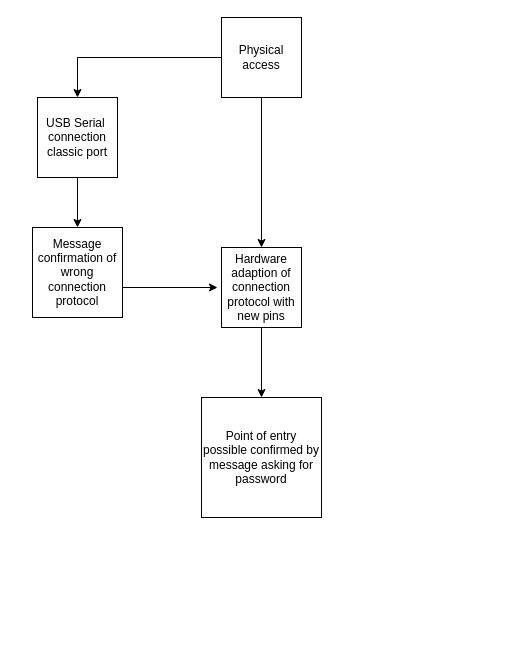
Earlier version of the draw.io diagram Attack tree.drawio (BNoteris/Arduino_hardware_hacking). Source tidied: cells renumbered, new cells numbered last; positions are measured from the earlier drawing's top-left corner, leaving out a move shared by most shapes. Both pictures are drawn from the tidied source at 100%, with x=0, y=0 at pixel (32, 17).
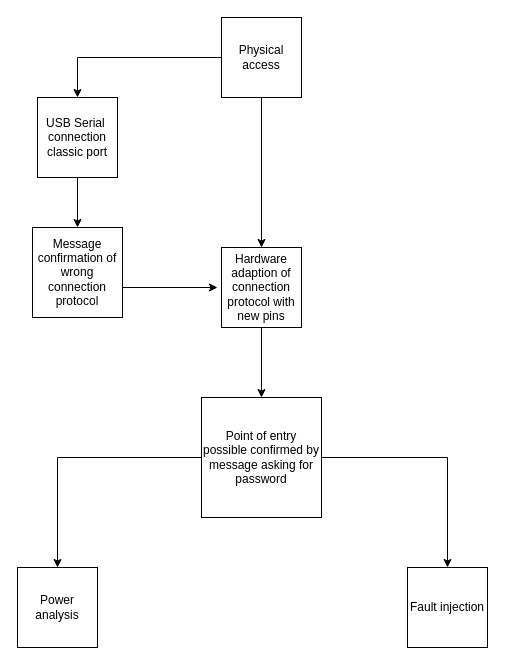
The same page after the edit.

Commit message:
Mettre à jour Attack tree.drawio

The edit, as a diff of the source:
```diff
@@
 <mxGraphModel>
   <root>
     <mxCell id="0" />
     <mxCell id="1" parent="0" />
     <mxCell id="2" style="edgeStyle=orthogonalEdgeStyle;rounded=0;jettySize=auto;html=1;entryX=0.5;entryY=0;entryDx=0;entryDy=0;" parent="1" edge="1" source="4" target="11">
       <mxGeometry relative="1" as="geometry" />
     </mxCell>
     <mxCell id="3" style="edgeStyle=orthogonalEdgeStyle;rounded=0;jettySize=auto;html=1;entryX=0.5;entryY=0;entryDx=0;entryDy=0;" parent="1" edge="1" source="4" target="6">
       <mxGeometry relative="1" as="geometry" />
     </mxCell>
     <mxCell id="4" value="Physical access" style="whiteSpace=wrap;html=1;" parent="1" vertex="1">
       <mxGeometry x="189" width="80" height="80" as="geometry" />
     </mxCell>
     <mxCell id="5" style="edgeStyle=orthogonalEdgeStyle;rounded=0;jettySize=auto;html=1;" parent="1" edge="1" source="6" target="9">
       <mxGeometry relative="1" as="geometry" />
     </mxCell>
     <mxCell id="6" value="Hardware adaption of connection protocol with new pins" style="whiteSpace=wrap;html=1;" parent="1" vertex="1">
       <mxGeometry x="189" y="230" width="80" height="80" as="geometry" />
     </mxCell>
     <mxCell id="7" style="edgeStyle=orthogonalEdgeStyle;rounded=0;jettySize=auto;html=1;" parent="1" edge="1" source="8">
       <mxGeometry relative="1" as="geometry">
         <mxPoint x="185" y="270" as="targetPoint" />
         <Array as="points">
           <mxPoint x="185" y="270" />
         </Array>
       </mxGeometry>
     </mxCell>
     <mxCell id="8" value="Message confirmation of wrong connection protocol" style="whiteSpace=wrap;html=1;" parent="1" vertex="1">
       <mxGeometry y="210" width="90" height="90" as="geometry" />
     </mxCell>
+    <mxCell id="12" style="edgeStyle=orthogonalEdgeStyle;rounded=0;jettySize=auto;html=1;entryX=0.5;entryY=0;entryDx=0;entryDy=0;" parent="1" edge="1" source="9" target="14">
+      <mxGeometry relative="1" as="geometry" />
+    </mxCell>
+    <mxCell id="13" style="edgeStyle=orthogonalEdgeStyle;rounded=0;jettySize=auto;html=1;entryX=0.5;entryY=0;entryDx=0;entryDy=0;" parent="1" edge="1" source="9" target="15">
+      <mxGeometry relative="1" as="geometry" />
+    </mxCell>
     <mxCell id="9" value="Point of entry possible confirmed by message asking for password" style="whiteSpace=wrap;html=1;" parent="1" vertex="1">
       <mxGeometry x="169" y="380" width="120" height="120" as="geometry" />
     </mxCell>
     <mxCell id="10" style="edgeStyle=orthogonalEdgeStyle;rounded=0;jettySize=auto;html=1;entryX=0.5;entryY=0;entryDx=0;entryDy=0;" parent="1" edge="1" source="11" target="8">
       <mxGeometry relative="1" as="geometry" />
     </mxCell>
     <mxCell id="11" value="USB Serial&amp;nbsp; connection classic port" style="whiteSpace=wrap;html=1;" parent="1" vertex="1">
       <mxGeometry x="5" y="80" width="80" height="80" as="geometry" />
     </mxCell>
+    <mxCell id="14" value="Power analysis" style="whiteSpace=wrap;html=1;" parent="1" vertex="1">
+      <mxGeometry x="-15" y="550" width="80" height="80" as="geometry" />
+    </mxCell>
+    <mxCell id="15" value="Fault injection" style="whiteSpace=wrap;html=1;" parent="1" vertex="1">
+      <mxGeometry x="375" y="550" width="80" height="80" as="geometry" />
+    </mxCell>
   </root>
 </mxGraphModel>
```
